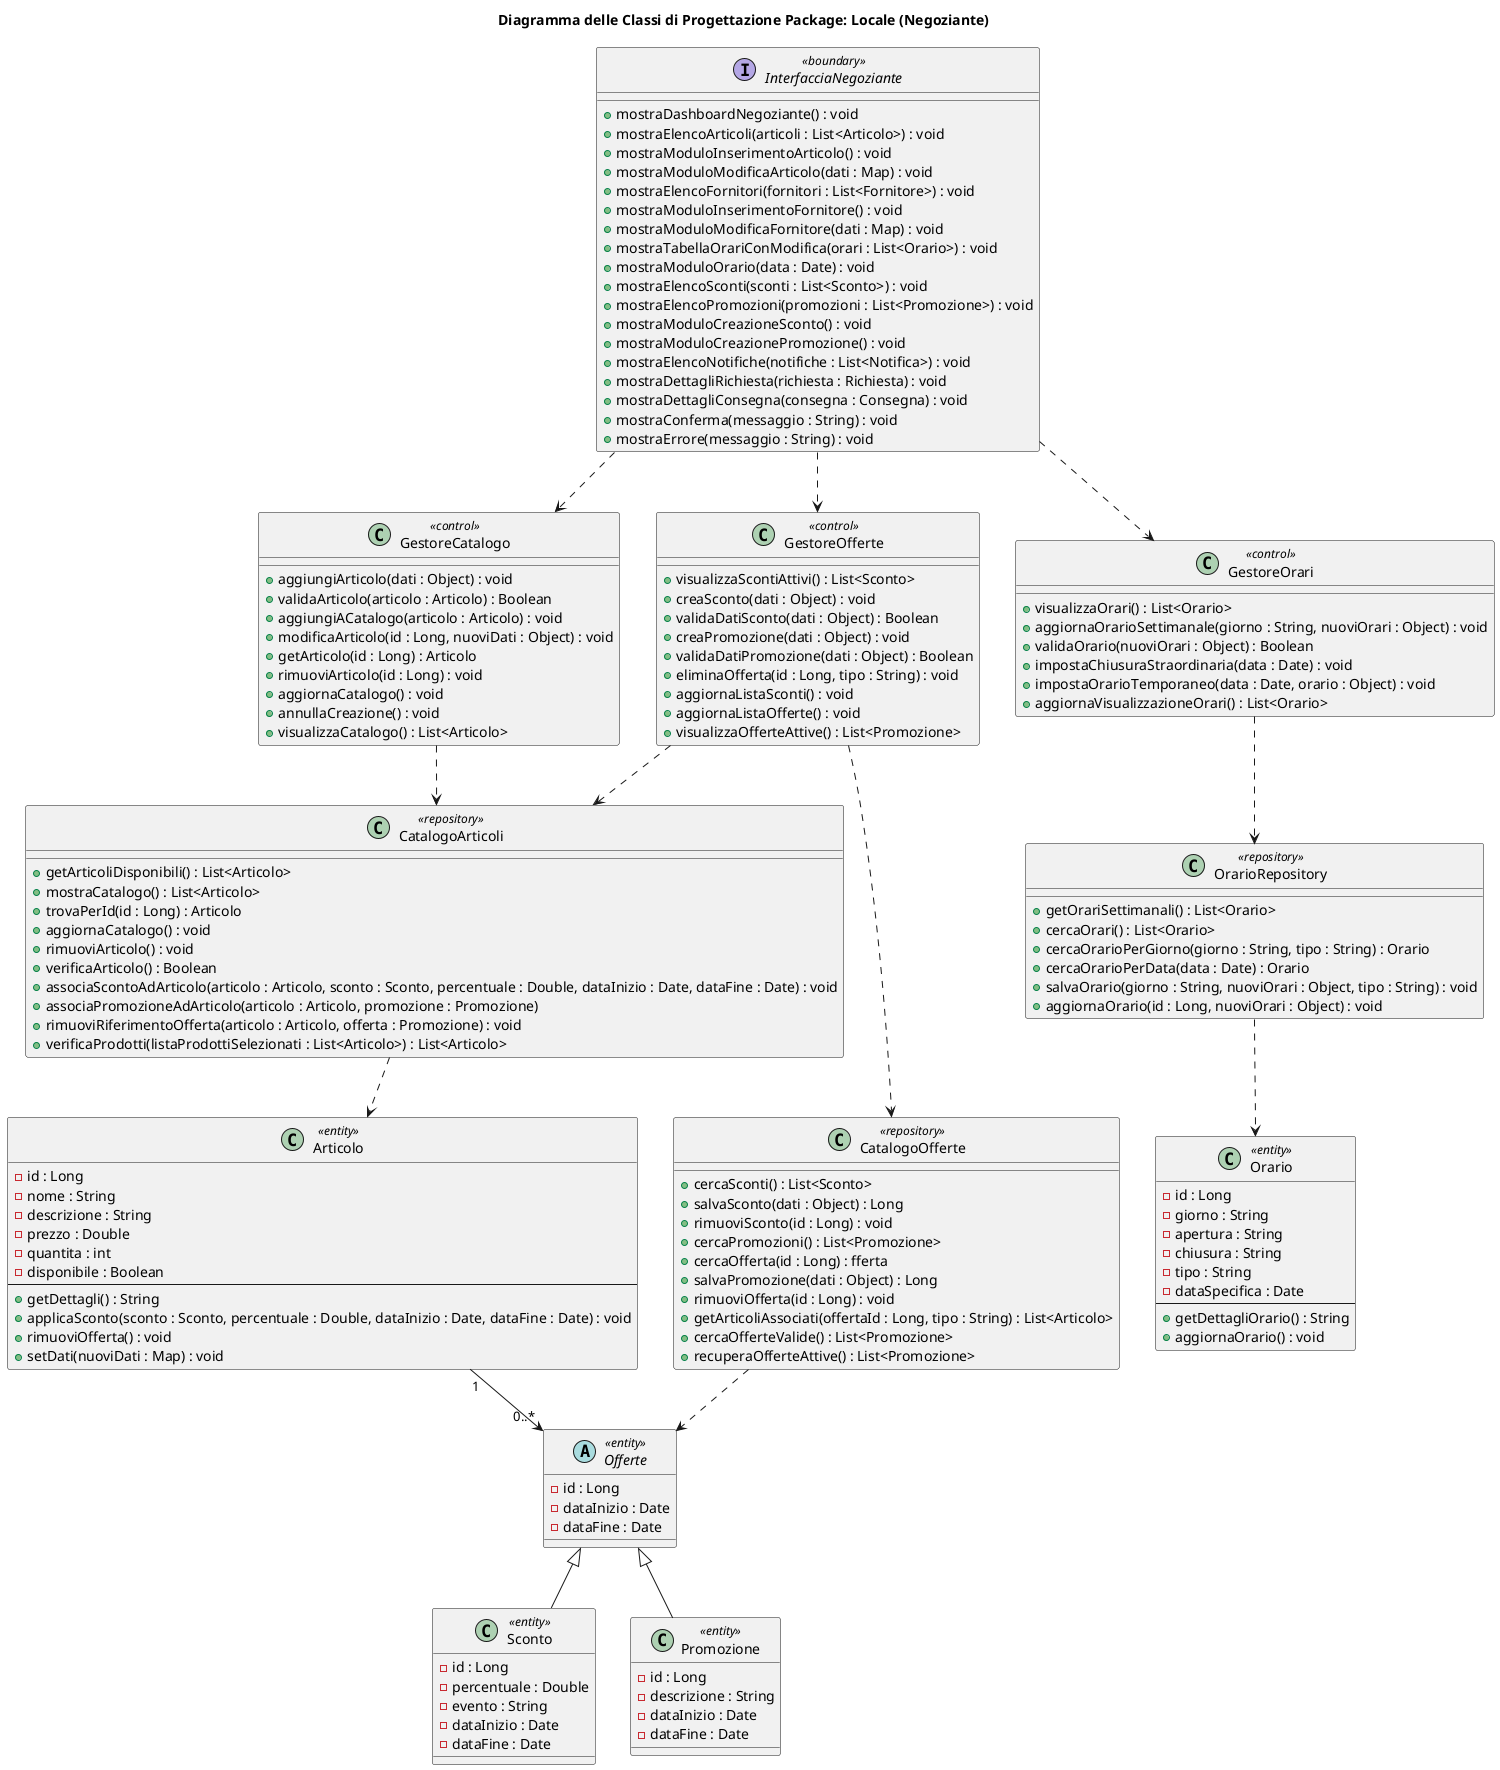
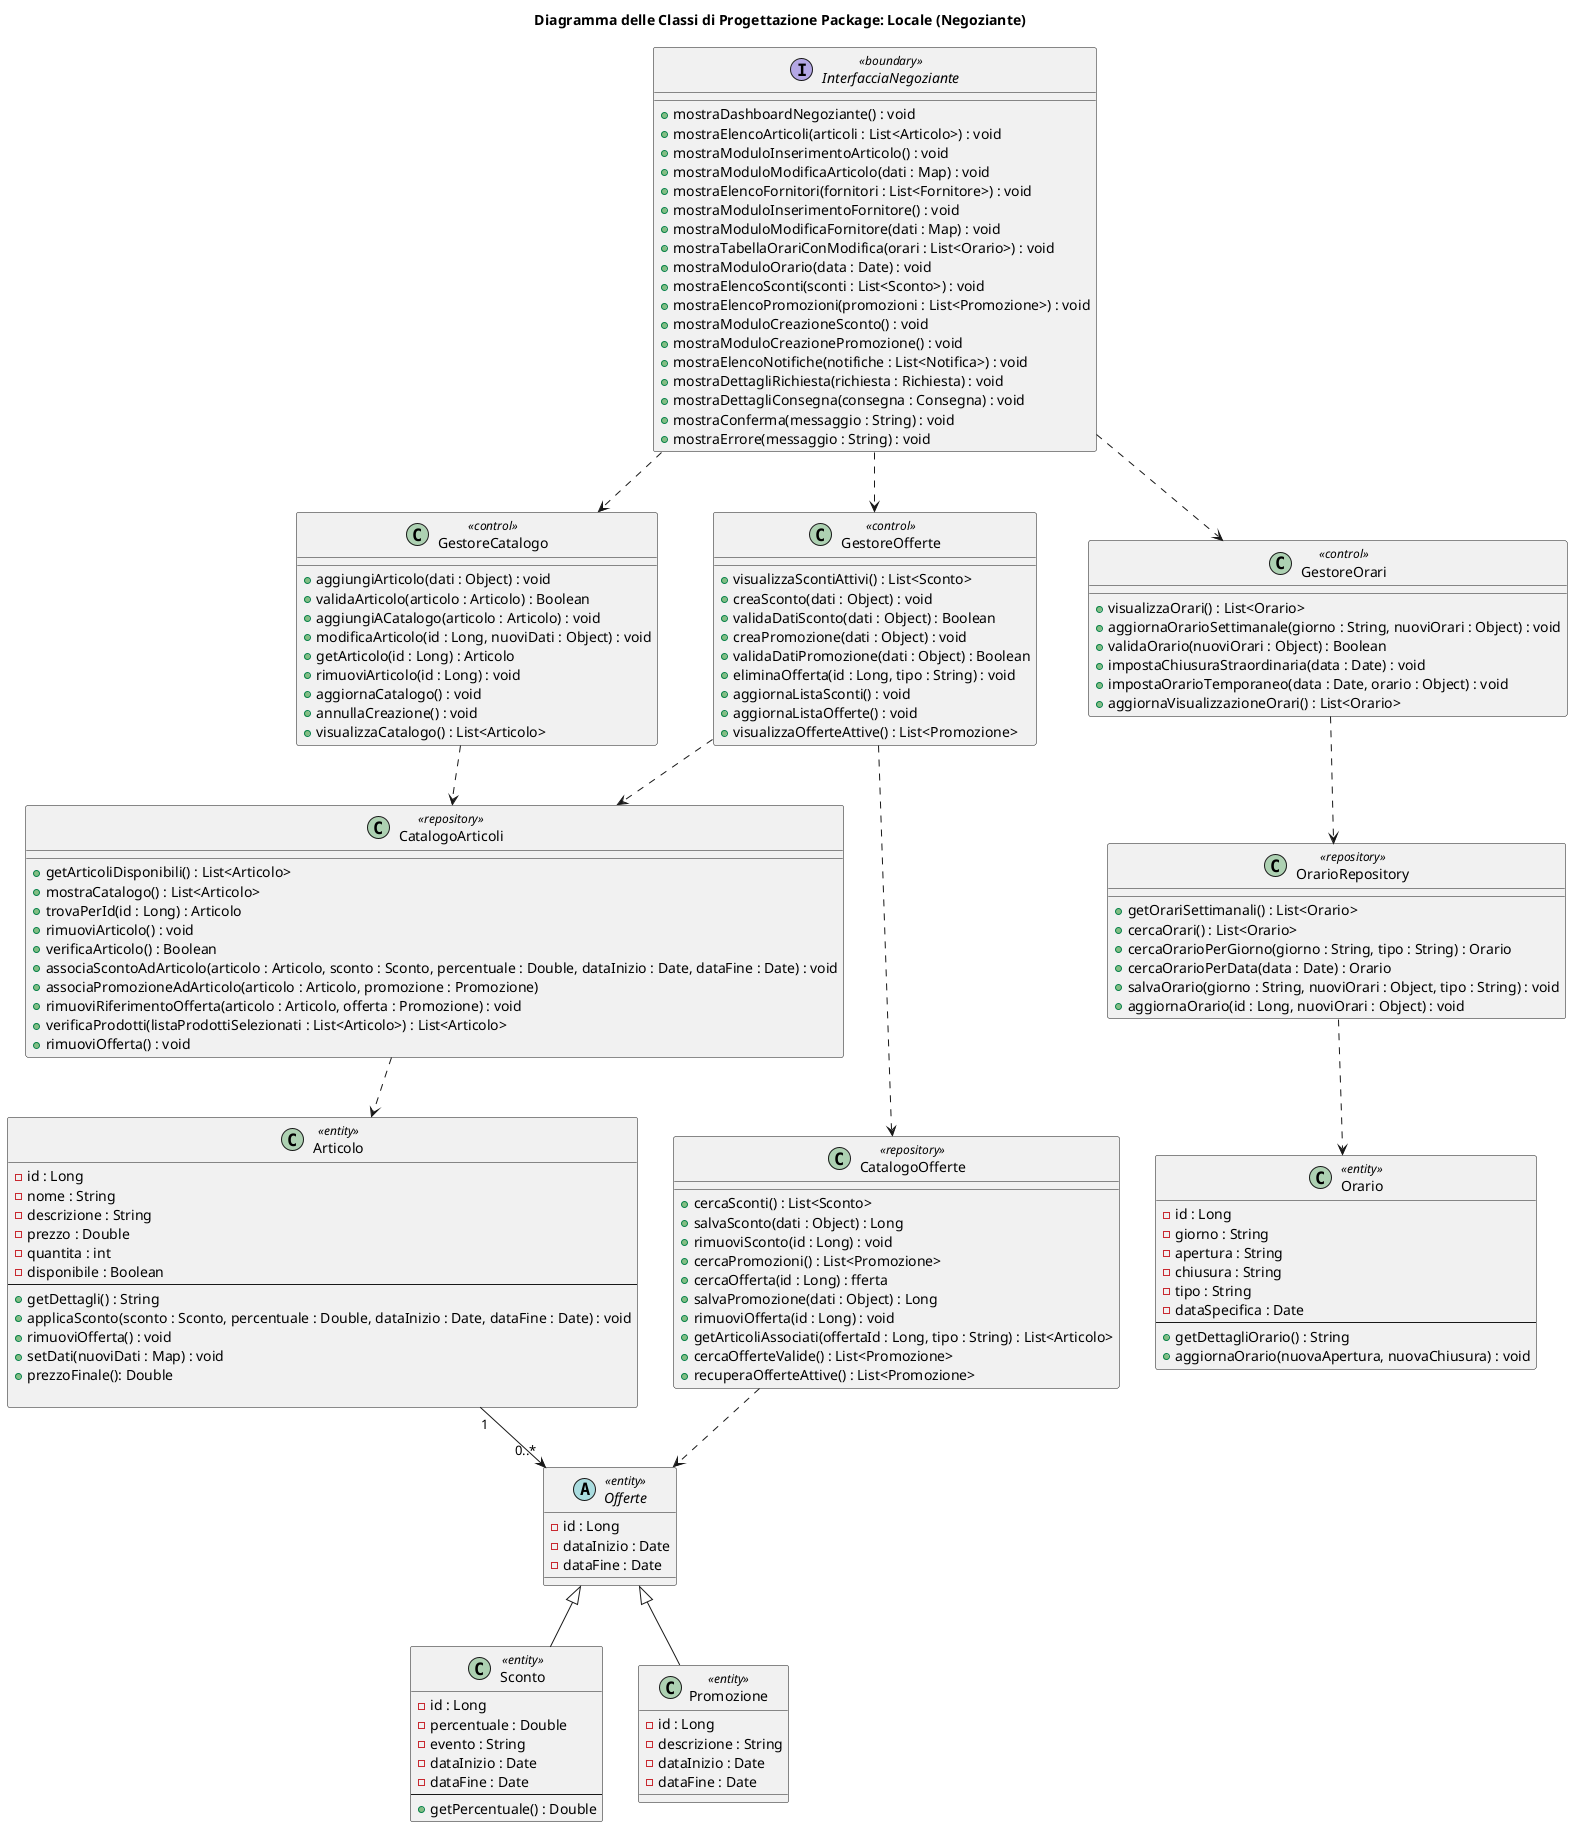
@startuml
title Diagramma delle Classi di Progettazione Package: Locale (Negoziante)


interface InterfacciaNegoziante <<boundary>>
class GestoreCatalogo <<control>>
class GestoreOfferte <<control>>
class GestoreOrari <<control>>
class Offerte <<entity>>
class CatalogoArticoli <<entity>>
class OrarioRepository <<repository>>
class CatalogoOfferte <<repository>>


interface "InterfacciaNegoziante" <<boundary>> {
    ' Dashboard
    + mostraDashboardNegoziante() : void
    ' Gestione Catalogo
    + mostraElencoArticoli(articoli : List<Articolo>) : void
    + mostraModuloInserimentoArticolo() : void
    + mostraModuloModificaArticolo(dati : Map) : void
    ' Gestione Fornitori
    + mostraElencoFornitori(fornitori : List<Fornitore>) : void
    + mostraModuloInserimentoFornitore() : void
    + mostraModuloModificaFornitore(dati : Map) : void
    ' Gestione Orari
    + mostraTabellaOrariConModifica(orari : List<Orario>) : void
    + mostraModuloOrario(data : Date) : void
    ' Gestione Offerte
    + mostraElencoSconti(sconti : List<Sconto>) : void
    + mostraElencoPromozioni(promozioni : List<Promozione>) : void
    + mostraModuloCreazioneSconto() : void
    + mostraModuloCreazionePromozione() : void
    ' Gestione Notifiche
    + mostraElencoNotifiche(notifiche : List<Notifica>) : void
    + mostraDettagliRichiesta(richiesta : Richiesta) : void
    + mostraDettagliConsegna(consegna : Consegna) : void
    ' Messaggi comuni
    + mostraConferma(messaggio : String) : void
    + mostraErrore(messaggio : String) : void
}
class GestoreCatalogo <<control>> {
    + aggiungiArticolo(dati : Object) : void
    + validaArticolo(articolo : Articolo) : Boolean
    + aggiungiACatalogo(articolo : Articolo) : void
    + modificaArticolo(id : Long, nuoviDati : Object) : void
    + getArticolo(id : Long) : Articolo
    + rimuoviArticolo(id : Long) : void
    + aggiornaCatalogo() : void
    + annullaCreazione() : void
    + visualizzaCatalogo() : List<Articolo>
}

class GestoreOfferte <<control>> {
    + visualizzaScontiAttivi() : List<Sconto>
    + creaSconto(dati : Object) : void
    + validaDatiSconto(dati : Object) : Boolean
    + creaPromozione(dati : Object) : void
    + validaDatiPromozione(dati : Object) : Boolean
    + eliminaOfferta(id : Long, tipo : String) : void
    + aggiornaListaSconti() : void
    + aggiornaListaOfferte() : void
    + visualizzaOfferteAttive() : List<Promozione>
}

class GestoreOrari <<control>> {
    + visualizzaOrari() : List<Orario>
    + aggiornaOrarioSettimanale(giorno : String, nuoviOrari : Object) : void
    + validaOrario(nuoviOrari : Object) : Boolean
    + impostaChiusuraStraordinaria(data : Date) : void
    + impostaOrarioTemporaneo(data : Date, orario : Object) : void
    + aggiornaVisualizzazioneOrari() : List<Orario>
}
class OrarioRepository <<repository>> {
    + getOrariSettimanali() : List<Orario>
    + cercaOrari() : List<Orario>
    + cercaOrarioPerGiorno(giorno : String, tipo : String) : Orario
    + cercaOrarioPerData(data : Date) : Orario
    + salvaOrario(giorno : String, nuoviOrari : Object, tipo : String) : void
    + aggiornaOrario(id : Long, nuoviOrari : Object) : void
}

class CatalogoArticoli <<repository>> {
    + getArticoliDisponibili() : List<Articolo>
    + mostraCatalogo() : List<Articolo>
    + trovaPerId(id : Long) : Articolo
-     + aggiornaCatalogo() : void
    + rimuoviArticolo() : void
    + verificaArticolo() : Boolean
    + associaScontoAdArticolo(articolo : Articolo, sconto : Sconto, percentuale : Double, dataInizio : Date, dataFine : Date) : void
    + associaPromozioneAdArticolo(articolo : Articolo, promozione : Promozione)
    + rimuoviRiferimentoOfferta(articolo : Articolo, offerta : Promozione) : void
    + verificaProdotti(listaProdottiSelezionati : List<Articolo>) : List<Articolo>
+     + rimuoviOfferta() : void
}

class CatalogoOfferte <<repository>> {
    + cercaSconti() : List<Sconto>
    + salvaSconto(dati : Object) : Long
    + rimuoviSconto(id : Long) : void
    + cercaPromozioni() : List<Promozione>
    + cercaOfferta(id : Long) : fferta
    + salvaPromozione(dati : Object) : Long
    + rimuoviOfferta(id : Long) : void
    + getArticoliAssociati(offertaId : Long, tipo : String) : List<Articolo>
    + cercaOfferteValide() : List<Promozione>
    + recuperaOfferteAttive() : List<Promozione>
}
class Articolo <<entity>> {
    - id : Long
    - nome : String
    - descrizione : String
    - prezzo : Double
    - quantita : int
    - disponibile : Boolean
    --
    + getDettagli() : String
    + applicaSconto(sconto : Sconto, percentuale : Double, dataInizio : Date, dataFine : Date) : void
    + rimuoviOfferta() : void
    + setDati(nuoviDati : Map) : void
+     + prezzoFinale(): Double
+ 
}


abstract class Offerte <<entity>> {
    - id : Long
    - dataInizio : Date
    - dataFine : Date
}

class Sconto <<entity>> {
    - id : Long
    - percentuale : Double
    - evento : String
    - dataInizio : Date
    - dataFine : Date
+     --
+     +getPercentuale() : Double
}

class Promozione <<entity>> {
    - id : Long
    - descrizione : String
    - dataInizio : Date
    - dataFine : Date
}

class Orario <<entity>> {
    - id : Long
    - giorno : String
    - apertura : String
    - chiusura : String
    - tipo : String
    - dataSpecifica : Date
    --
    + getDettagliOrario() : String
-     + aggiornaOrario() : void
+     + aggiornaOrario(nuovaApertura, nuovaChiusura) : void
}

Offerte <|-- Sconto
Offerte <|-- Promozione

CatalogoArticoli ..> Articolo
Articolo "1" --> "0..*" Offerte

InterfacciaNegoziante ..> GestoreOrari
GestoreOrari ..> OrarioRepository
InterfacciaNegoziante ..> GestoreOfferte
GestoreOfferte ..> CatalogoOfferte
GestoreOfferte ..> CatalogoArticoli
InterfacciaNegoziante ..> GestoreCatalogo
GestoreCatalogo ..> CatalogoArticoli
OrarioRepository ..> Orario
CatalogoOfferte ..> Offerte


@enduml